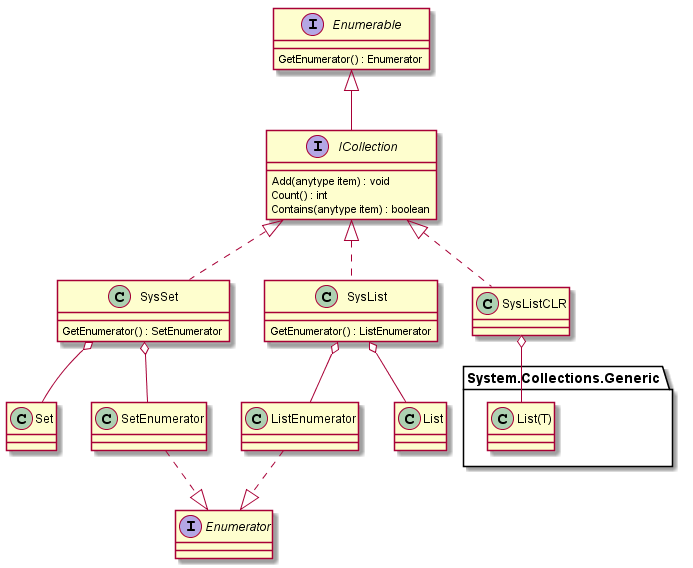
Earlier version of the PlantUML export out/schema/ICollection.png (d-tolstov/Ax2009-ICollection).
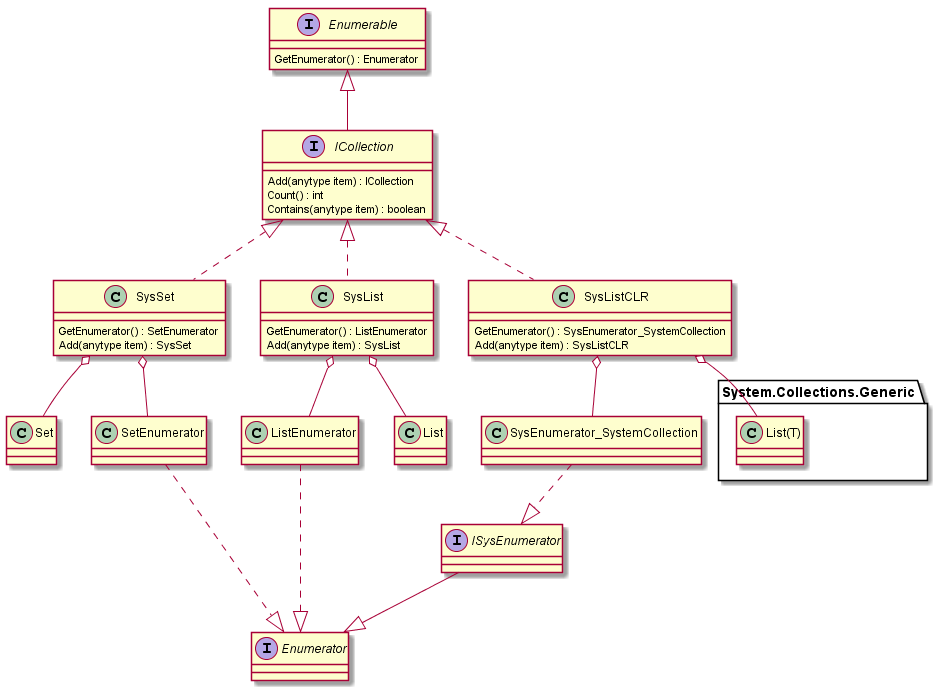
After the change.

Diff of the diagram source:
```diff
@@ -5,7 +5,7 @@
 }
 
 interface ICollection{
-    Add(anytype item) : void
+    Add(anytype item) : ICollection
     Count() : int
     Contains(anytype item) : boolean
 }
@@ -13,6 +13,7 @@
 
 class SysSet{
     GetEnumerator() : SetEnumerator
+    Add(anytype item) : SysSet
 }
 ICollection <|.. SysSet
 
@@ -26,6 +27,7 @@
 
 class SysList{
     GetEnumerator() : ListEnumerator
+    Add(anytype item) : SysList
 }
 ICollection <|.. SysList
 
@@ -43,8 +45,19 @@
 ListEnumerator ..|> Enumerator
 
 class SysListCLR{
+    GetEnumerator() : SysEnumerator_SystemCollection
+    Add(anytype item) : SysListCLR
 }
 ICollection <|.. SysListCLR
+
+class SysEnumerator_SystemCollection{
+}
+SysListCLR o-- SysEnumerator_SystemCollection
+
+interface ISysEnumerator{
+}
+SysEnumerator_SystemCollection ..|> ISysEnumerator
+ISysEnumerator --|> Enumerator
 
 package System.Collections.Generic{
     class List(T){
```
